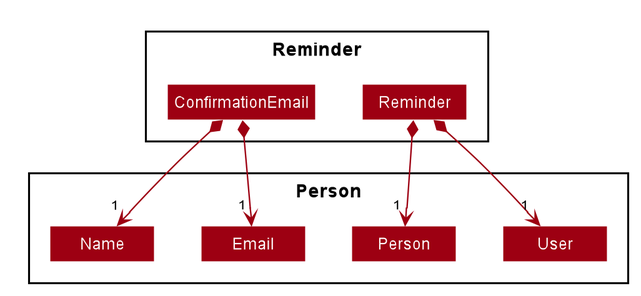
This is docs/images/ModelReminderClassDiagram.png from syinyichen/main, a PlantUML export, as it was before one commit.
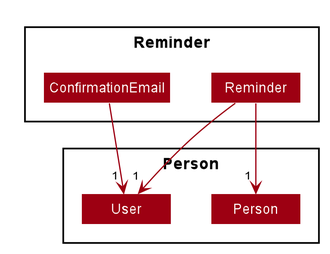
The same diagram one commit later.

Diff of the diagram source:
```diff
@@ -64,13 +64,10 @@
 Package Person {
 Class User
 Class Person
-Class Email
-Class Name
 }
 
-Reminder *--> "1" User
-Reminder *--> "1" Person
-ConfirmationEmail *--> "1" Name
-ConfirmationEmail *--> "1" Email
+Reminder --> "1" User
+Reminder --> "1" Person
+ConfirmationEmail --> "1" User
 
 @enduml
```
